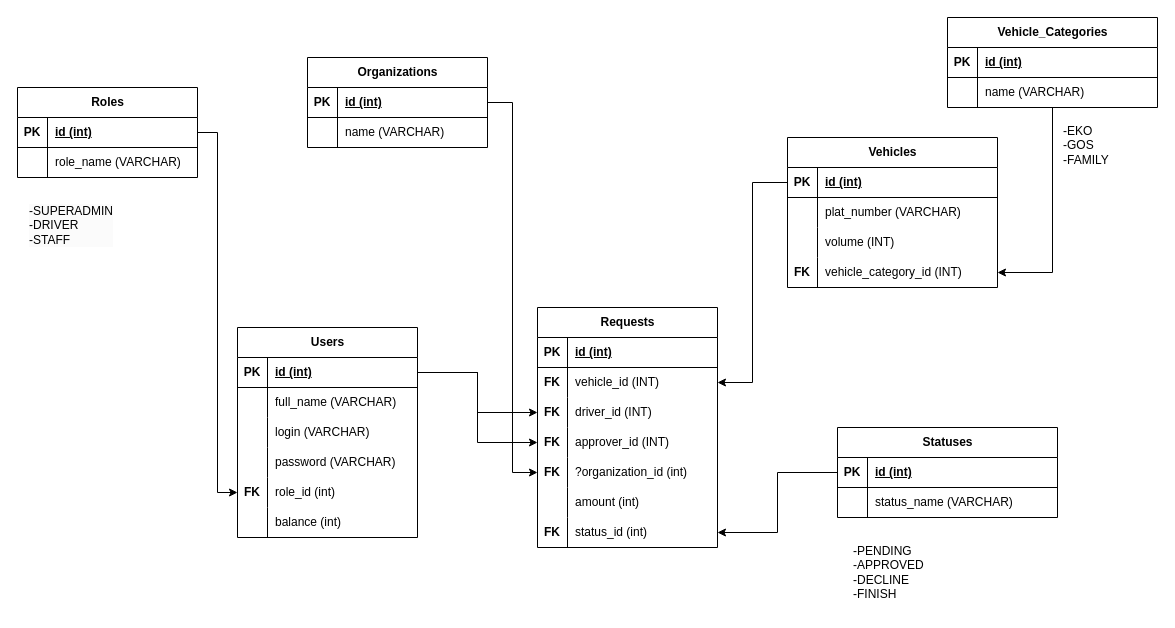
Earlier version of the draw.io diagram torf-be.drawio (fao30/alena). Source tidied: cells renumbered, new cells numbered last; positions are measured from the earlier drawing's top-left corner, leaving out a move shared by most shapes. Both pictures are drawn from the tidied source at 100%, with x=0, y=0 at pixel (17, 17).
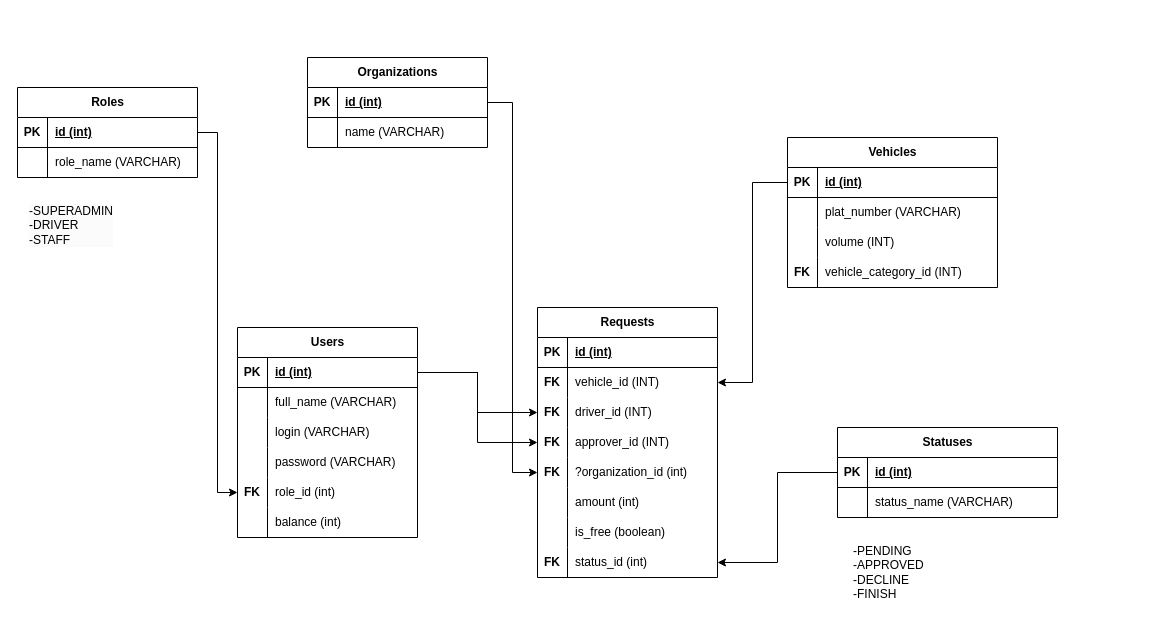
Above is the later version.

Unchanged cells that the change refers to:
```xml
<mxCell id="39" style="shape=tableRow;horizontal=0;startSize=0;swimlaneHead=0;swimlaneBody=0;fillColor=none;points=[[0,0.5],[1,0.5]];portConstraint=eastwest;top=0;left=0;right=0;bottom=0;" parent="29" vertex="1">
  <mxGeometry y="120" width="210" height="30" as="geometry" />
</mxCell>
```

Change to the diagram source:
```diff
@@
-    <mxCell id="42" style="edgeStyle=orthogonalEdgeStyle;rounded=0;jettySize=auto;html=1;entryX=1;entryY=0.5;entryDx=0;entryDy=0;" parent="1" edge="1" source="43" target="39">
-      <mxGeometry relative="1" as="geometry" />
-    </mxCell>
-    <mxCell id="43" value="Vehicle_Categories" style="shape=table;startSize=30;childLayout=tableLayout;rowLines=0;fontStyle=1;align=center;html=1;" parent="1" vertex="1">
-      <mxGeometry x="930" width="210" height="90" as="geometry" />
-    </mxCell>
-    <mxCell id="44" style="shape=tableRow;horizontal=0;startSize=0;swimlaneHead=0;swimlaneBody=0;fillColor=none;top=0;left=0;right=0;bottom=1;" parent="43" vertex="1">
-      <mxGeometry y="30" width="210" height="30" as="geometry" />
-    </mxCell>
-    <mxCell id="45" value="PK" style="shape=partialRectangle;fillColor=none;top=0;left=0;bottom=0;right=0;fontStyle=1;overflow=hidden;whiteSpace=wrap;html=1;" parent="44" vertex="1">
-      <mxGeometry width="30" height="30" as="geometry" />
-    </mxCell>
-    <mxCell id="46" value="id (int)" style="shape=partialRectangle;fillColor=none;top=0;left=0;bottom=0;right=0;align=left;spacingLeft=6;fontStyle=5;overflow=hidden;whiteSpace=wrap;html=1;" parent="44" vertex="1">
-      <mxGeometry x="30" width="180" height="30" as="geometry" />
-    </mxCell>
-    <mxCell id="47" style="shape=tableRow;horizontal=0;startSize=0;swimlaneHead=0;swimlaneBody=0;fillColor=none;top=0;left=0;right=0;bottom=0;" parent="43" vertex="1">
-      <mxGeometry y="60" width="210" height="30" as="geometry" />
-    </mxCell>
-    <mxCell id="48" style="shape=partialRectangle;fillColor=none;top=0;left=0;bottom=0;right=0;overflow=hidden;whiteSpace=wrap;html=1;" parent="47" vertex="1">
-      <mxGeometry width="30" height="30" as="geometry" />
-    </mxCell>
-    <mxCell id="49" value="name (VARCHAR)" style="shape=partialRectangle;fillColor=none;top=0;left=0;bottom=0;right=0;align=left;spacingLeft=6;overflow=hidden;whiteSpace=wrap;html=1;" parent="47" vertex="1">
-      <mxGeometry x="30" width="180" height="30" as="geometry" />
-    </mxCell>
@@
     <mxCell id="57" value="Requests" style="shape=table;startSize=30;childLayout=tableLayout;rowLines=0;fontStyle=1;align=center;html=1;" parent="1" vertex="1">
-      <mxGeometry x="520" y="290" width="180" height="240" as="geometry" />
+      <mxGeometry x="520" y="290" width="180" height="270" as="geometry" />
     </mxCell>
@@
+    <mxCell id="94" style="shape=tableRow;horizontal=0;startSize=0;swimlaneHead=0;swimlaneBody=0;fillColor=none;top=0;left=0;right=0;bottom=0;" parent="57" vertex="1">
+      <mxGeometry y="210" width="180" height="30" as="geometry" />
+    </mxCell>
+    <mxCell id="48" style="shape=partialRectangle;fillColor=none;top=0;left=0;bottom=0;right=0;overflow=hidden;whiteSpace=wrap;html=1;" parent="94" vertex="1">
+      <mxGeometry width="30" height="30" as="geometry" />
+    </mxCell>
+    <mxCell id="95" value="is_free (boolean)" style="shape=partialRectangle;fillColor=none;top=0;left=0;bottom=0;right=0;align=left;spacingLeft=6;overflow=hidden;whiteSpace=wrap;html=1;" parent="94" vertex="1">
+      <mxGeometry x="30" width="150" height="30" as="geometry" />
+    </mxCell>
     <mxCell id="76" style="shape=tableRow;horizontal=0;startSize=0;swimlaneHead=0;swimlaneBody=0;fillColor=none;points=[[0,0.5],[1,0.5]];portConstraint=eastwest;top=0;left=0;right=0;bottom=0;" parent="57" vertex="1">
-      <mxGeometry y="210" width="180" height="30" as="geometry" />
+      <mxGeometry y="240" width="180" height="30" as="geometry" />
     </mxCell>
@@
-    <mxCell id="92" value="-EKO&lt;div&gt;-GOS&lt;br&gt;-FAMILY&lt;/div&gt;" style="text;strokeColor=none;fillColor=none;spacingLeft=4;spacingRight=4;overflow=hidden;fontSize=12;whiteSpace=wrap;html=1;" parent="1" vertex="1">
-      <mxGeometry x="1040" y="100" width="80" height="60" as="geometry" />
-    </mxCell>
```
